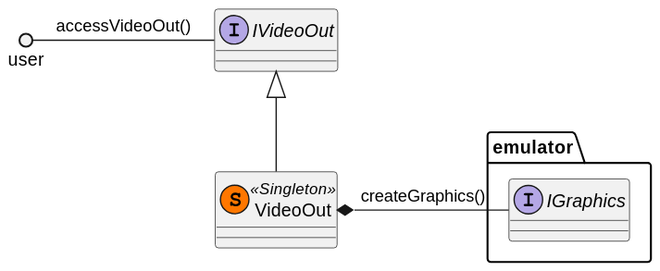
This is out/docs/uml/modules/videoout_class/videoout_class.svg from SysRay/psOff_public, a PlantUML export, as it was before one commit.
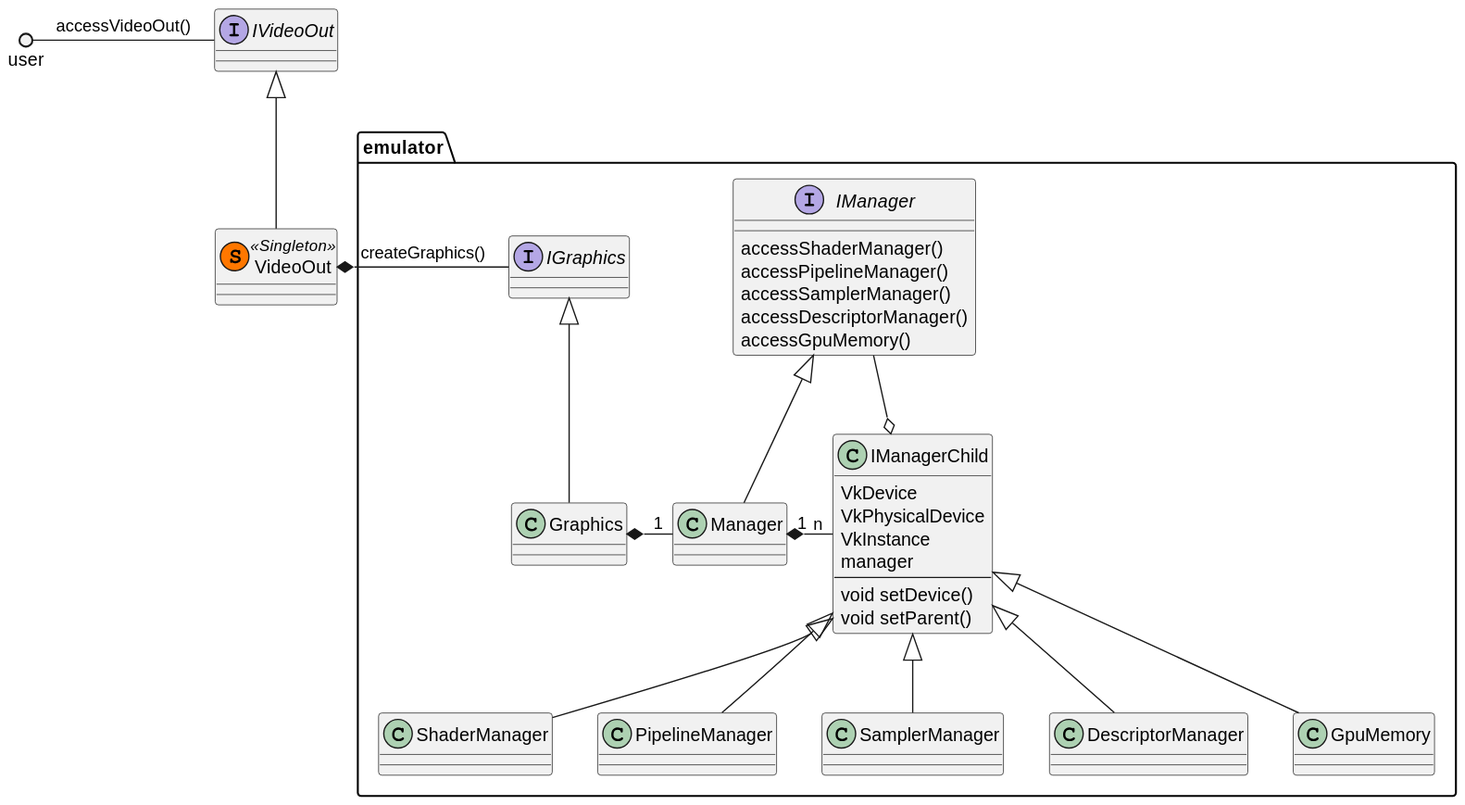
After the commit.

Change to the diagram source:
```diff
@@ -10,8 +10,50 @@
 user ()- IVideoOut : accessVideoOut()
 
 package emulator{
-interface IGraphics {}
+  class Graphics{}
+  interface IGraphics {}
+
+  interface IManager{
+    accessShaderManager()
+    accessPipelineManager()
+    accessSamplerManager()
+    accessDescriptorManager()
+    accessGpuMemory()
+  }
+
+  class Manager{}
+
+  class IManagerChild{
+    VkDevice
+    VkPhysicalDevice
+    VkInstance
+    manager
+    ---
+    void setDevice()
+    void setParent()
+  }
+
+  class ShaderManager{}
+  class PipelineManager{}
+  class SamplerManager{}
+  class DescriptorManager{}
+  class GpuMemory{}
 }
 
 VideoOut *- IGraphics : createGraphics()
+IGraphics <|-- Graphics
+
+IManager <|-- Manager
+Graphics *- "1" Manager
+
+Manager "1" *- "n" IManagerChild
+
+IManager --o IManagerChild
+
+IManagerChild <|-- ShaderManager
+IManagerChild <|-- PipelineManager
+IManagerChild <|-- SamplerManager
+IManagerChild <|-- DescriptorManager
+IManagerChild <|-- GpuMemory
+
 @enduml
```
